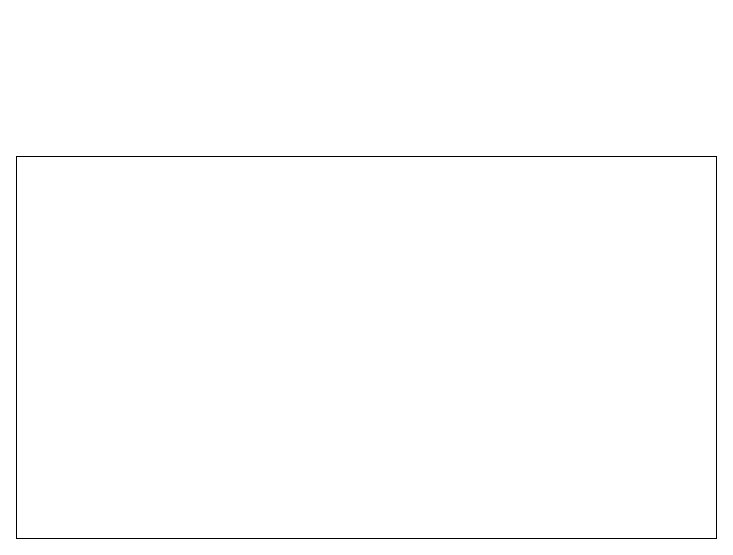
K-Alex-N/123 keeps this draw.io diagram as Untitled Diagram.drawio. Above is the earlier version. Source tidied: cells renumbered, new cells numbered last; positions are measured from the earlier drawing's top-left corner, leaving out a move shared by most shapes. Both pictures are drawn from the tidied source at 100%, with x=0, y=0 at pixel (16, 156).
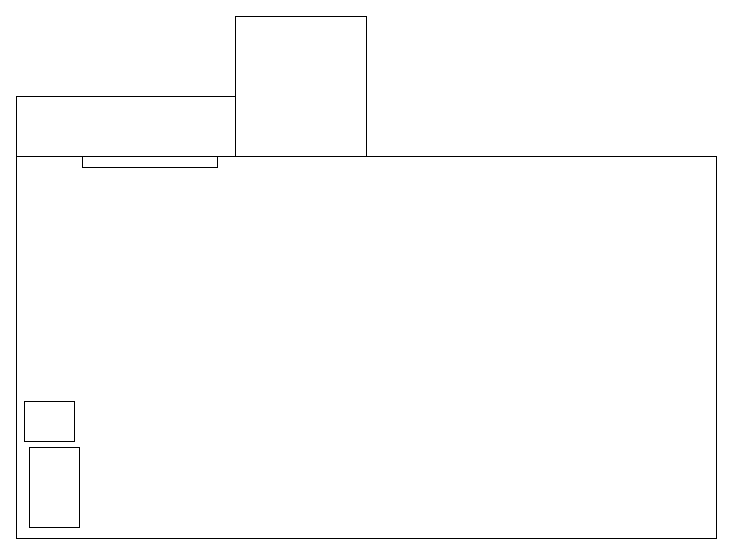
The same page after the edit.

The edit, as a diff of the source:
```diff
@@
 <mxGraphModel>
   <root>
     <mxCell id="0" />
     <mxCell id="1" parent="0" />
     <mxCell id="2" style="edgeStyle=orthogonalEdgeStyle;rounded=0;orthogonalLoop=1;jettySize=auto;html=1;exitX=0.5;exitY=1;exitDx=0;exitDy=0;" parent="1" edge="1">
       <mxGeometry relative="1" as="geometry">
         <mxPoint x="300" y="570" as="sourcePoint" />
         <mxPoint x="300" y="570" as="targetPoint" />
       </mxGeometry>
     </mxCell>
     <mxCell id="3" style="rounded=0;whiteSpace=wrap;html=1;fillColor=none;" parent="1" vertex="1">
       <mxGeometry width="700" height="382" as="geometry" />
     </mxCell>
+    <mxCell id="4" style="rounded=0;whiteSpace=wrap;html=1;" parent="1" vertex="1">
+      <mxGeometry y="-60" width="66" height="60" as="geometry" />
+    </mxCell>
+    <mxCell id="5" style="rounded=0;whiteSpace=wrap;html=1;" parent="1" vertex="1">
+      <mxGeometry x="66" width="135" height="11" as="geometry" />
+    </mxCell>
+    <mxCell id="6" style="rounded=0;whiteSpace=wrap;html=1;" parent="1" vertex="1">
+      <mxGeometry y="-60" width="219" height="60" as="geometry" />
+    </mxCell>
+    <mxCell id="7" style="rounded=0;whiteSpace=wrap;html=1;" parent="1" vertex="1">
+      <mxGeometry x="219" y="-140" width="131" height="140" as="geometry" />
+    </mxCell>
+    <mxCell id="8" style="rounded=0;whiteSpace=wrap;html=1;rotation=-90;" parent="1" vertex="1">
+      <mxGeometry x="-2" y="306" width="80" height="50" as="geometry" />
+    </mxCell>
+    <mxCell id="9" style="rounded=0;whiteSpace=wrap;html=1;rotation=-90;" parent="1" vertex="1">
+      <mxGeometry x="13" y="240" width="40" height="50" as="geometry" />
+    </mxCell>
   </root>
 </mxGraphModel>
```
